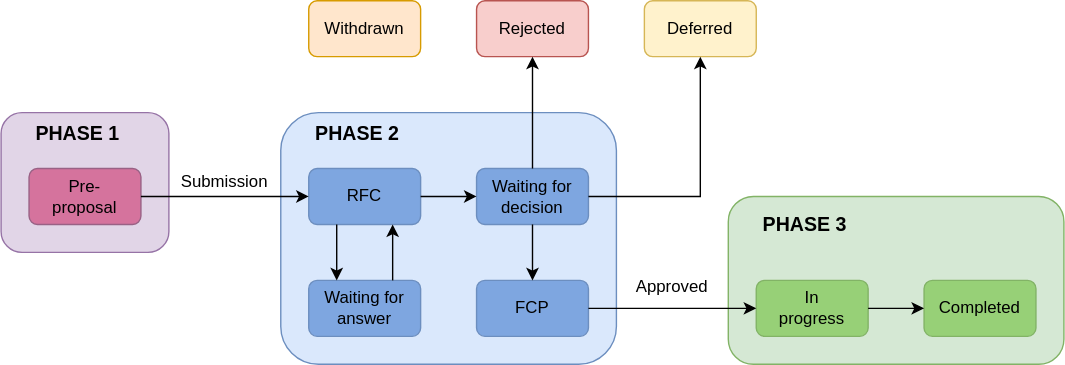
Earlier version of the draw.io export jep-process-v2/jep_status.drawio.svg (jupyter/enhancement-proposals). Source tidied: cells renumbered, new cells last; positions are measured from the earlier drawing's top-left corner, leaving out a move shared by most shapes.
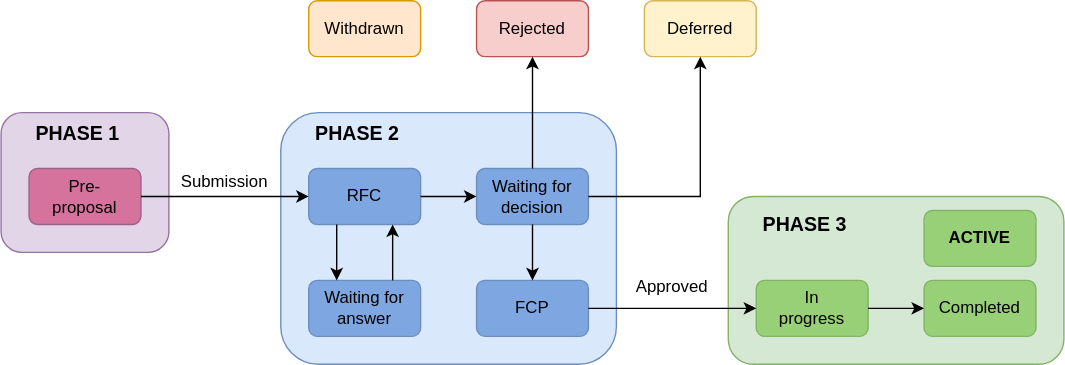
The same file after the commit.

Commit message:
Reworked jep workflow and added Active status

Change to the diagram source:
```diff
@@ -118,8 +118,14 @@
     <mxCell id="38" style="rounded=1;whiteSpace=wrap;html=1;fillColor=#ffe6cc;strokeColor=#d79b00;" parent="1" vertex="1">
       <mxGeometry x="220" width="80" height="40" as="geometry" />
     </mxCell>
-    <mxCell id="39" value="Withdraw" style="text;html=1;strokeColor=none;fillColor=none;align=center;verticalAlign=middle;whiteSpace=wrap;rounded=0;" parent="1" vertex="1">
+    <mxCell id="39" value="Withdrawn" style="text;html=1;strokeColor=none;fillColor=none;align=center;verticalAlign=middle;whiteSpace=wrap;rounded=0;" parent="1" vertex="1">
       <mxGeometry x="230" y="5" width="60" height="30" as="geometry" />
     </mxCell>
+    <mxCell id="40" style="rounded=1;whiteSpace=wrap;html=1;fillColor=#97D077;gradientColor=none;strokeColor=#82b366;" parent="1" vertex="1">
+      <mxGeometry x="660" y="150" width="80" height="40" as="geometry" />
+    </mxCell>
+    <mxCell id="41" value="&lt;b&gt;ACTIVE&lt;/b&gt;" style="text;html=1;strokeColor=none;fillColor=none;align=center;verticalAlign=middle;whiteSpace=wrap;rounded=0;" parent="1" vertex="1">
+      <mxGeometry x="670" y="155" width="60" height="30" as="geometry" />
+    </mxCell>
   </root>
 </mxGraphModel>
```
